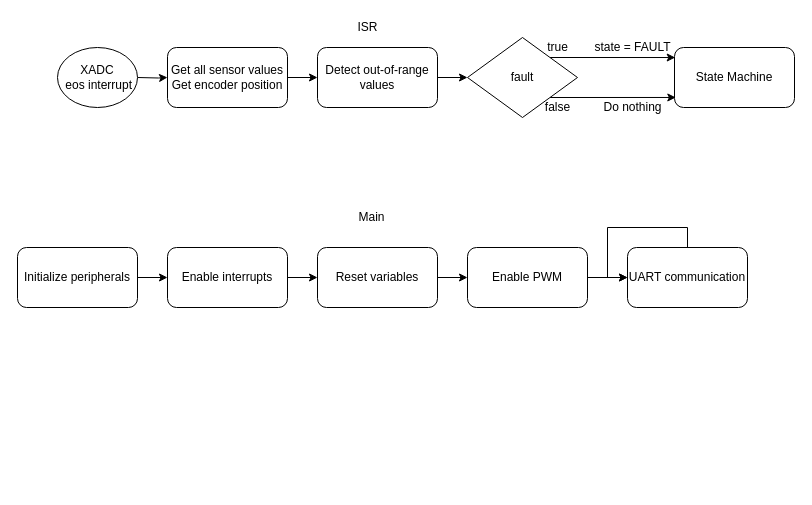
Above: page "AppFlow" (4 of 4) of Overview/SoftwareArchitecture.drawio in SR-Madsen/ElectricGoKart (draw.io), before the change. Source tidied: cells renumbered, new cells numbered last; positions are measured from the earlier drawing's top-left corner, leaving out a move shared by most shapes. Both pictures are drawn from the tidied source at 100%, with x=0, y=0 at pixel (17, 17).
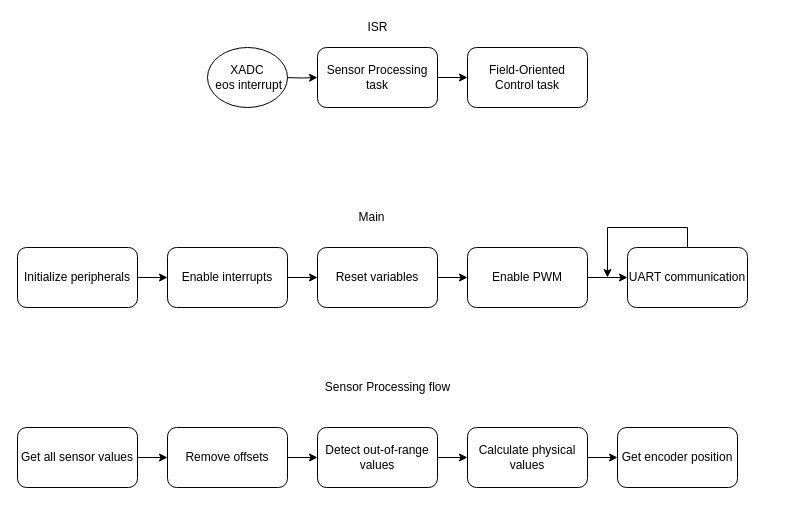
The same diagram, later.

Unchanged cells that the change refers to:
```xml
<mxCell id="23" value="UART communication" style="whiteSpace=wrap;html=1;rounded=1;" parent="1" vertex="1">
  <mxGeometry x="610" y="230" width="120" height="60" as="geometry" />
</mxCell>
```

Diff of the diagram source:
```diff
@@
     <mxCell id="2" style="edgeStyle=orthogonalEdgeStyle;rounded=0;jettySize=auto;html=1;startArrow=none;startFill=0;" parent="1" edge="1" target="4">
       <mxGeometry relative="1" as="geometry">
-        <mxPoint x="120" y="60" as="sourcePoint" />
+        <mxPoint x="264" y="60" as="sourcePoint" />
       </mxGeometry>
     </mxCell>
@@
-    <mxCell id="4" value="&lt;div&gt;Get all sensor values&lt;/div&gt;&lt;div&gt;Get encoder position&lt;br&gt;&lt;/div&gt;" style="whiteSpace=wrap;html=1;rounded=1;" parent="1" vertex="1">
-      <mxGeometry x="150" y="30" width="120" height="60" as="geometry" />
+    <mxCell id="4" value="Sensor Processing task" style="whiteSpace=wrap;html=1;rounded=1;" parent="1" vertex="1">
+      <mxGeometry x="300" y="30" width="120" height="60" as="geometry" />
     </mxCell>
-    <mxCell id="5" style="edgeStyle=orthogonalEdgeStyle;rounded=0;jettySize=auto;html=1;exitX=1;exitY=0.5;exitDx=0;exitDy=0;entryX=0;entryY=0.5;entryDx=0;entryDy=0;startArrow=none;startFill=0;" parent="1" edge="1" source="6" target="9">
-      <mxGeometry relative="1" as="geometry" />
-    </mxCell>
-    <mxCell id="6" value="Detect out-of-range values" style="whiteSpace=wrap;html=1;rounded=1;" parent="1" vertex="1">
-      <mxGeometry x="300" y="30" width="120" height="60" as="geometry" />
+    <mxCell id="6" value="Field-Oriented Control task" style="whiteSpace=wrap;html=1;rounded=1;" parent="1" vertex="1">
+      <mxGeometry x="450" y="30" width="120" height="60" as="geometry" />
     </mxCell>
-    <mxCell id="7" style="edgeStyle=orthogonalEdgeStyle;rounded=0;jettySize=auto;html=1;exitX=1;exitY=0;exitDx=0;exitDy=0;entryX=0.006;entryY=0.167;entryDx=0;entryDy=0;entryPerimeter=0;startArrow=none;startFill=0;" parent="1" edge="1" source="9" target="10">
-      <mxGeometry relative="1" as="geometry" />
-    </mxCell>
-    <mxCell id="8" style="edgeStyle=orthogonalEdgeStyle;rounded=0;jettySize=auto;html=1;exitX=1;exitY=1;exitDx=0;exitDy=0;entryX=0.011;entryY=0.833;entryDx=0;entryDy=0;entryPerimeter=0;startArrow=none;startFill=0;" parent="1" edge="1" source="9" target="10">
-      <mxGeometry relative="1" as="geometry" />
-    </mxCell>
-    <mxCell id="9" value="fault" style="rhombus;whiteSpace=wrap;html=1;" parent="1" vertex="1">
-      <mxGeometry x="450" y="20" width="110" height="80" as="geometry" />
-    </mxCell>
-    <mxCell id="10" value="State Machine" style="rounded=1;whiteSpace=wrap;html=1;" parent="1" vertex="1">
-      <mxGeometry x="657" y="30" width="120" height="60" as="geometry" />
-    </mxCell>
-    <mxCell id="11" value="true" style="text;html=1;align=center;verticalAlign=middle;strokeColor=none;" parent="1" vertex="1">
-      <mxGeometry x="520" y="20" width="40" height="20" as="geometry" />
-    </mxCell>
-    <mxCell id="12" value="state = FAULT" style="text;html=1;align=center;verticalAlign=middle;strokeColor=none;" parent="1" vertex="1">
-      <mxGeometry x="570" y="20" width="90" height="20" as="geometry" />
-    </mxCell>
-    <mxCell id="13" value="false" style="text;html=1;align=center;verticalAlign=middle;strokeColor=none;" parent="1" vertex="1">
-      <mxGeometry x="520" y="80" width="40" height="20" as="geometry" />
-    </mxCell>
-    <mxCell id="14" value="Do nothing" style="text;html=1;align=center;verticalAlign=middle;strokeColor=none;" parent="1" vertex="1">
-      <mxGeometry x="580" y="80" width="70" height="20" as="geometry" />
-    </mxCell>
@@
-    <mxCell id="24" style="edgeStyle=orthogonalEdgeStyle;rounded=0;orthogonalLoop=1;jettySize=auto;html=1;exitX=0.5;exitY=0;exitDx=0;exitDy=0;entryX=0;entryY=0.5;entryDx=0;entryDy=0;startArrow=none;startFill=0;" parent="1" edge="1" source="23" target="23">
+    <mxCell id="24" style="edgeStyle=orthogonalEdgeStyle;rounded=0;jettySize=auto;html=1;exitX=0.5;exitY=0;exitDx=0;exitDy=0;startArrow=none;startFill=0;" parent="1" edge="1" source="23">
       <mxGeometry relative="1" as="geometry">
+        <mxPoint x="590" y="260" as="targetPoint" />
         <Array as="points">
           <mxPoint x="670" y="210" />
           <mxPoint x="590" y="210" />
           <mxPoint x="590" y="260" />
         </Array>
       </mxGeometry>
     </mxCell>
@@
     <mxCell id="26" value="ISR" style="text;html=1;align=center;verticalAlign=middle;strokeColor=none;" parent="1" vertex="1">
-      <mxGeometry x="330" width="40" height="20" as="geometry" />
+      <mxGeometry x="340" width="40" height="20" as="geometry" />
     </mxCell>
     <mxCell id="27" value="&lt;div&gt;XADC&lt;/div&gt;&amp;nbsp;eos interrupt" style="ellipse;whiteSpace=wrap;html=1;" parent="1" vertex="1">
-      <mxGeometry x="40" y="30" width="80" height="60" as="geometry" />
+      <mxGeometry x="190" y="30" width="80" height="60" as="geometry" />
     </mxCell>
+    <mxCell id="28" style="edgeStyle=orthogonalEdgeStyle;rounded=0;jettySize=auto;html=1;" parent="1" edge="1" source="29" target="32">
+      <mxGeometry relative="1" as="geometry" />
+    </mxCell>
+    <mxCell id="29" value="Get all sensor values" style="whiteSpace=wrap;html=1;rounded=1;" parent="1" vertex="1">
+      <mxGeometry y="410" width="120" height="60" as="geometry" />
+    </mxCell>
+    <mxCell id="30" value="Sensor Processing flow" style="text;html=1;align=center;verticalAlign=middle;strokeColor=none;" parent="1" vertex="1">
+      <mxGeometry x="295" y="360" width="150" height="20" as="geometry" />
+    </mxCell>
+    <mxCell id="31" style="edgeStyle=orthogonalEdgeStyle;rounded=0;jettySize=auto;html=1;" parent="1" edge="1" source="32" target="34">
+      <mxGeometry relative="1" as="geometry" />
+    </mxCell>
+    <mxCell id="32" value="Remove offsets" style="whiteSpace=wrap;html=1;rounded=1;" parent="1" vertex="1">
+      <mxGeometry x="150" y="410" width="120" height="60" as="geometry" />
+    </mxCell>
+    <mxCell id="33" style="edgeStyle=orthogonalEdgeStyle;rounded=0;jettySize=auto;html=1;" parent="1" edge="1" source="34" target="36">
+      <mxGeometry relative="1" as="geometry" />
+    </mxCell>
+    <mxCell id="34" value="Detect out-of-range values" style="whiteSpace=wrap;html=1;rounded=1;" parent="1" vertex="1">
+      <mxGeometry x="300" y="410" width="120" height="60" as="geometry" />
+    </mxCell>
+    <mxCell id="35" style="edgeStyle=orthogonalEdgeStyle;rounded=0;jettySize=auto;html=1;" parent="1" edge="1" source="36" target="37">
+      <mxGeometry relative="1" as="geometry" />
+    </mxCell>
+    <mxCell id="36" value="Calculate physical values" style="whiteSpace=wrap;html=1;rounded=1;" parent="1" vertex="1">
+      <mxGeometry x="450" y="410" width="120" height="60" as="geometry" />
+    </mxCell>
+    <mxCell id="37" value="Get encoder position" style="whiteSpace=wrap;html=1;rounded=1;" parent="1" vertex="1">
+      <mxGeometry x="600" y="410" width="120" height="60" as="geometry" />
+    </mxCell>
```
